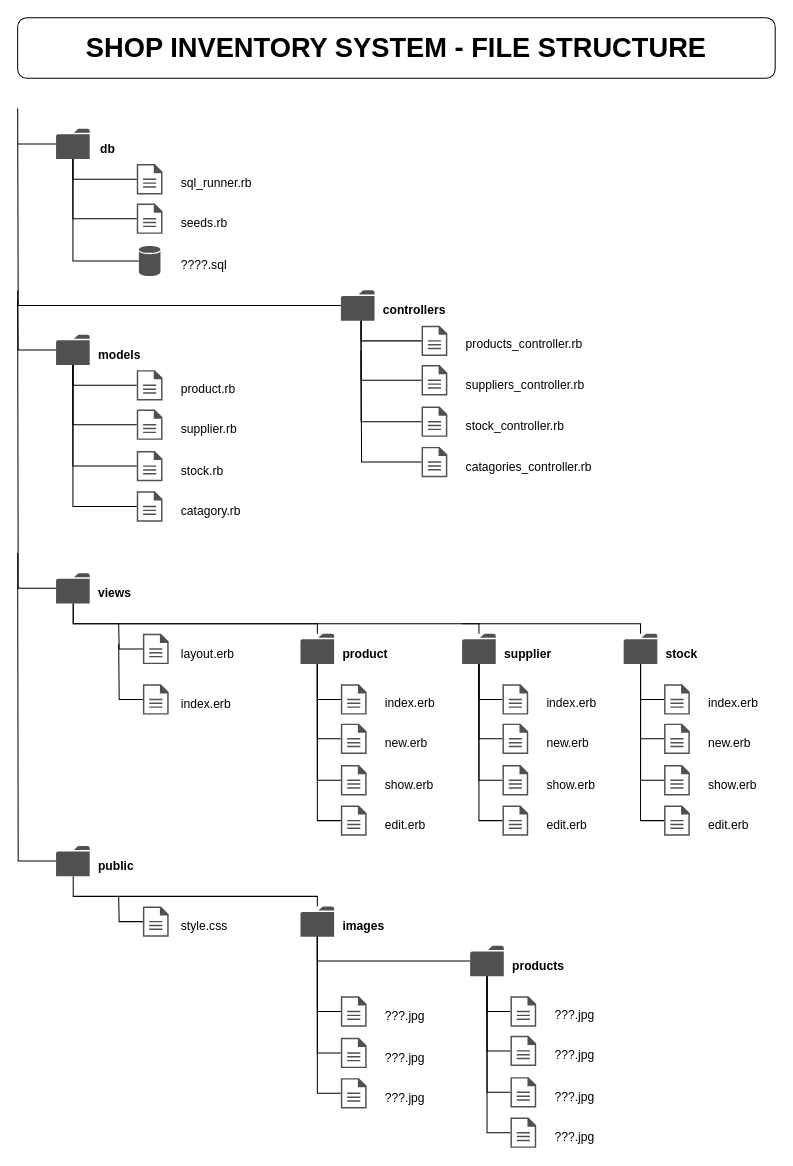
This is diagrams/file_structure.drawio from aramsay03/lego_shop_inventory_project, a draw.io file, before an edit. Source tidied: cells renumbered, new cells numbered last; positions are measured from the earlier drawing's top-left corner, leaving out a move shared by most shapes. Both pictures are drawn from the tidied source at 101%, with x=0, y=0 at pixel (17, 17).
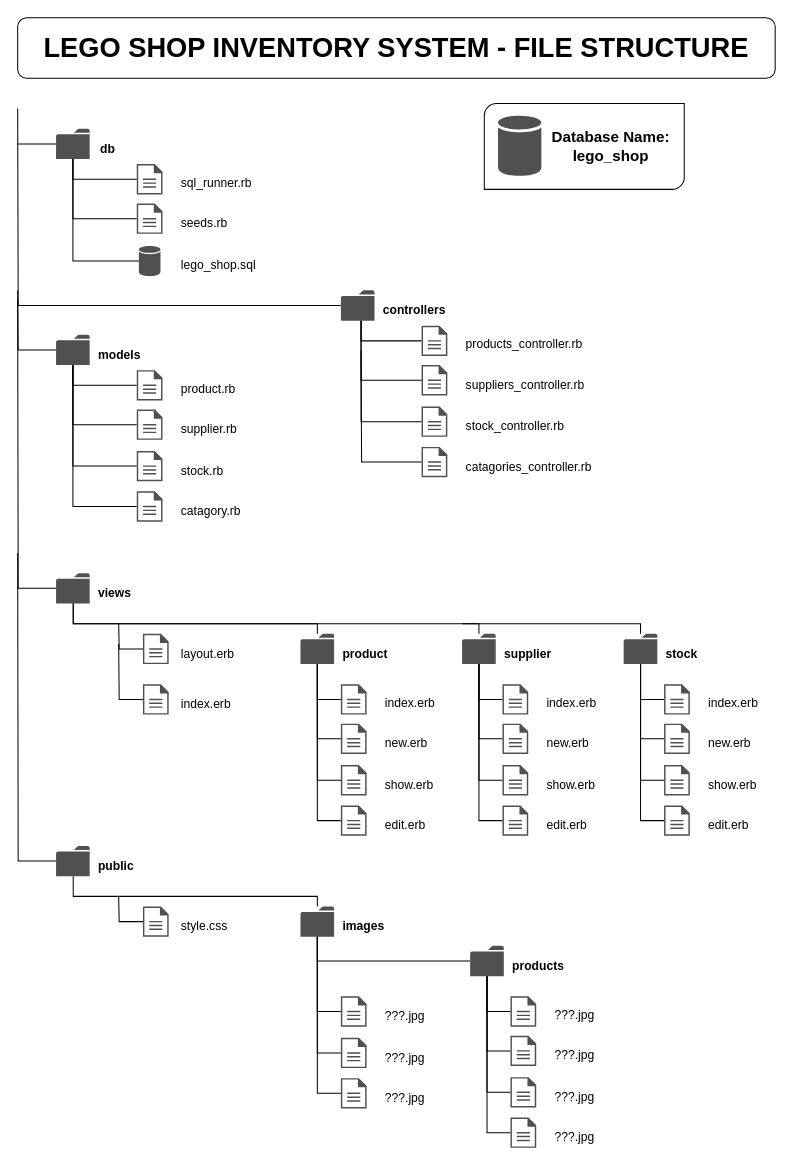
Above is the later version.

Diff of the diagram source:
```diff
@@
+    <mxCell id="132" style="verticalLabelPosition=bottom;verticalAlign=top;html=1;shape=mxgraph.basic.diag_round_rect;dx=6;" parent="1" vertex="1">
+      <mxGeometry x="462" y="85" width="198" height="85" as="geometry" />
+    </mxCell>
-    <mxCell id="2" value="&lt;b&gt;&lt;font style=&quot;font-size: 27px&quot;&gt;SHOP INVENTORY SYSTEM - FILE STRUCTURE&lt;/font&gt;&lt;/b&gt;" style="rounded=1;whiteSpace=wrap;html=1;" parent="1" vertex="1">
+    <mxCell id="2" value="&lt;b&gt;&lt;font style=&quot;font-size: 27px&quot;&gt;LEGO SHOP INVENTORY SYSTEM - FILE STRUCTURE&lt;/font&gt;&lt;/b&gt;" style="rounded=1;whiteSpace=wrap;html=1;" parent="1" vertex="1">
       <mxGeometry width="750" height="60" as="geometry" />
     </mxCell>
@@
-    <mxCell id="13" value="&lt;font style=&quot;font-size: 12px&quot;&gt;????.sql&lt;br style=&quot;font-size: 12px&quot;&gt;&lt;/font&gt;" style="text;html=1;align=left;verticalAlign=middle;fillColor=none;strokeColor=none;rounded=0;fontSize=12;" parent="1" vertex="1">
-      <mxGeometry x="160" y="235" width="60" height="20" as="geometry" />
+    <mxCell id="13" value="&lt;font style=&quot;font-size: 12px&quot;&gt;lego_shop.sql&lt;br style=&quot;font-size: 12px&quot;&gt;&lt;/font&gt;" style="text;html=1;align=left;verticalAlign=middle;fillColor=none;strokeColor=none;rounded=0;fontSize=12;" parent="1" vertex="1">
+      <mxGeometry x="160" y="235" width="90" height="20" as="geometry" />
     </mxCell>
@@
+    <mxCell id="133" style="shadow=0;dashed=0;html=1;strokeColor=none;fillColor=#505050;labelPosition=center;verticalLabelPosition=bottom;verticalAlign=top;align=center;shape=mxgraph.office.databases.database;" parent="1" vertex="1">
+      <mxGeometry x="475.6" y="97" width="42.9" height="60" as="geometry" />
+    </mxCell>
+    <mxCell id="134" value="&lt;b style=&quot;font-size: 15px&quot;&gt;Database Name:&lt;br&gt;lego_shop&lt;/b&gt;" style="text;html=1;align=center;verticalAlign=middle;" parent="1" vertex="1">
+      <mxGeometry x="522" y="107" width="130" height="40" as="geometry" />
+    </mxCell>
```
